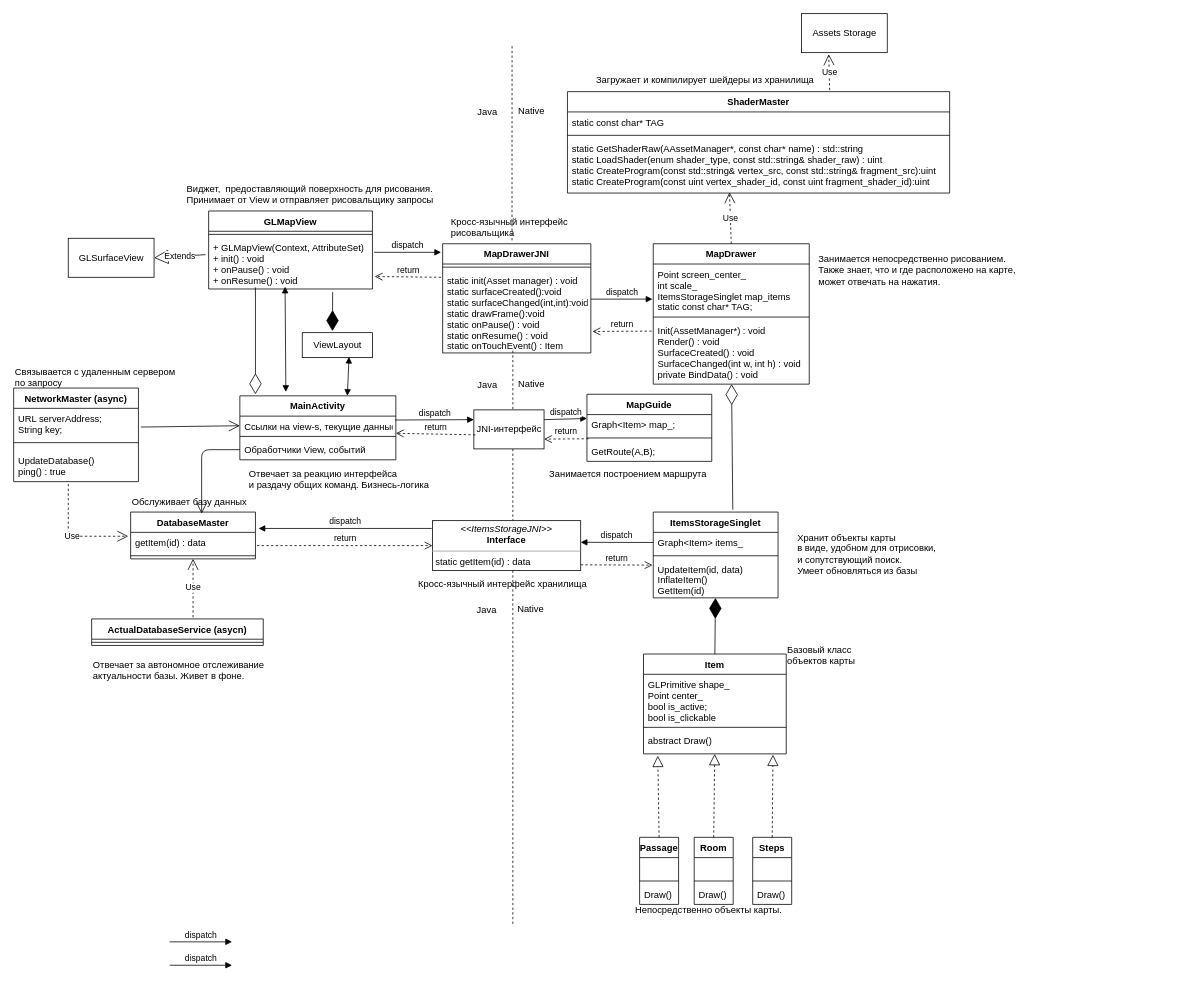
tamerlanchik/FoxCode keeps this draw.io diagram as Android App/Untitled Diagram.drawio. Above is the earlier version. Source tidied: cells renumbered, new cells numbered last; positions are measured from the earlier drawing's top-left corner, leaving out a move shared by most shapes. Both pictures are drawn from the tidied source at 78%, with x=0, y=0 at pixel (13, 13).
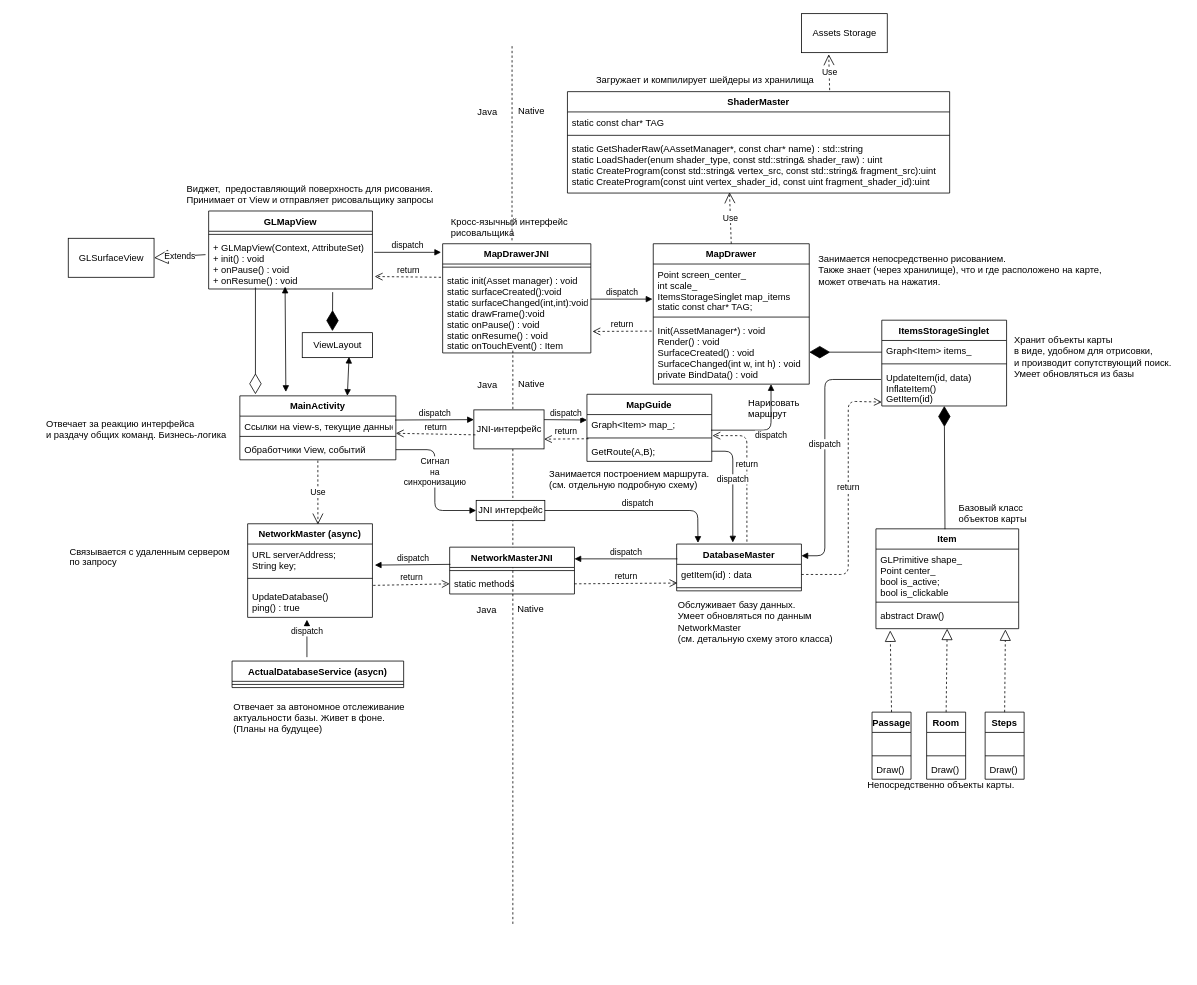
The same page after the edit.

Unchanged cells that the change refers to:
```xml
<mxCell id="3" value="Ссылки на view-s, текущие данные" style="text;strokeColor=none;fillColor=none;align=left;verticalAlign=top;spacingLeft=4;spacingRight=4;overflow=hidden;points=[[0,0.5],[1,0.5]];portConstraint=eastwest;" parent="2" vertex="1">
  <mxGeometry y="26" width="200" height="22" as="geometry" />
</mxCell>
<mxCell id="5" value="Обработчики View, событий" style="text;strokeColor=none;fillColor=none;align=left;verticalAlign=top;spacingLeft=4;spacingRight=4;overflow=hidden;points=[[0,0.5],[1,0.5]];portConstraint=eastwest;" parent="2" vertex="1">
  <mxGeometry y="56" width="200" height="26" as="geometry" />
</mxCell>
<mxCell id="9" value="Init(AssetManager*) : void&#10;Render() : void&#10;SurfaceCreated() : void&#10;SurfaceChanged(int w, int h) : void&#10;private BindData() : void&#10;&#10;" style="text;strokeColor=none;fillColor=none;align=left;verticalAlign=top;spacingLeft=4;spacingRight=4;overflow=hidden;points=[[0,0.5],[1,0.5]];portConstraint=eastwest;" parent="6" vertex="1">
  <mxGeometry y="98" width="200" height="82" as="geometry" />
</mxCell>
<mxCell id="11" value="Graph&lt;Item&gt; items_&#10;&#10;" style="text;strokeColor=none;fillColor=none;align=left;verticalAlign=top;spacingLeft=4;spacingRight=4;overflow=hidden;points=[[0,0.5],[1,0.5]];portConstraint=eastwest;" parent="10" vertex="1">
  <mxGeometry y="26" width="160" height="26" as="geometry" />
</mxCell>
<mxCell id="13" value="UpdateItem(id, data)&#10;InflateItem()&#10;GetItem(id)&#10;" style="text;strokeColor=none;fillColor=none;align=left;verticalAlign=top;spacingLeft=4;spacingRight=4;overflow=hidden;points=[[0,0.5],[1,0.5]];portConstraint=eastwest;" parent="10" vertex="1">
  <mxGeometry y="60" width="160" height="50" as="geometry" />
</mxCell>
<mxCell id="40" value="URL serverAddress;&#10;String key;&#10;" style="text;strokeColor=none;fillColor=none;align=left;verticalAlign=top;spacingLeft=4;spacingRight=4;overflow=hidden;points=[[0,0.5],[1,0.5]];portConstraint=eastwest;" parent="39" vertex="1">
  <mxGeometry y="26" width="160" height="34" as="geometry" />
</mxCell>
<mxCell id="42" value="UpdateDatabase()&#10;ping() : true&#10;" style="text;strokeColor=none;fillColor=none;align=left;verticalAlign=top;spacingLeft=4;spacingRight=4;overflow=hidden;points=[[0,0.5],[1,0.5]];portConstraint=eastwest;" parent="39" vertex="1">
  <mxGeometry y="80" width="160" height="40" as="geometry" />
</mxCell>
<mxCell id="44" value="getItem(id) : data" style="text;strokeColor=none;fillColor=none;align=left;verticalAlign=top;spacingLeft=4;spacingRight=4;overflow=hidden;points=[[0,0.5],[1,0.5]];portConstraint=eastwest;" parent="43" vertex="1">
  <mxGeometry y="26" width="160" height="26" as="geometry" />
</mxCell>
<mxCell id="50" value="Graph&lt;Item&gt; map_;" style="text;strokeColor=none;fillColor=none;align=left;verticalAlign=top;spacingLeft=4;spacingRight=4;overflow=hidden;points=[[0,0.5],[1,0.5]];portConstraint=eastwest;" parent="49" vertex="1">
  <mxGeometry y="26" width="160" height="26" as="geometry" />
</mxCell>
<mxCell id="52" value="GetRoute(A,B);" style="text;strokeColor=none;fillColor=none;align=left;verticalAlign=top;spacingLeft=4;spacingRight=4;overflow=hidden;points=[[0,0.5],[1,0.5]];portConstraint=eastwest;" parent="49" vertex="1">
  <mxGeometry y="60" width="160" height="26" as="geometry" />
</mxCell>
<mxCell id="102" value="JNI-интерфейс" style="html=1;" parent="1" vertex="1">
  <mxGeometry x="590" y="508" width="90" height="50" as="geometry" />
</mxCell>
```

The edit, as a diff of the source:
```diff
@@
     <mxCell id="10" value="ItemsStorageSinglet&#10;&#10;" style="swimlane;fontStyle=1;align=center;verticalAlign=top;horizontal=1;startSize=26;" parent="1" vertex="1">
-      <mxGeometry x="820" y="639" width="160" height="110" as="geometry" />
+      <mxGeometry x="1113" y="393" width="160" height="110" as="geometry" />
     </mxCell>
@@
     <mxCell id="14" value="Item&#10;&#10;" style="swimlane;fontStyle=1;align=center;verticalAlign=top;horizontal=1;startSize=26;" parent="1" vertex="1">
-      <mxGeometry x="807.5" y="821" width="183" height="128" as="geometry" />
+      <mxGeometry x="1105.5" y="660.5" width="183" height="128" as="geometry" />
     </mxCell>
@@
-    <mxCell id="18" style="endArrow=diamondThin;endFill=1;endSize=24;html=1;exitX=0.5;exitY=0;exitDx=0;exitDy=0;" parent="1" edge="1" source="14" target="13">
-      <mxGeometry relative="1" as="geometry" />
+    <mxCell id="18" style="endArrow=diamondThin;endFill=1;endSize=24;html=1;" parent="1" edge="1" target="13">
+      <mxGeometry relative="1" as="geometry">
+        <mxPoint x="1194" y="661" as="sourcePoint" />
+      </mxGeometry>
     </mxCell>
     <mxCell id="19" value="Passage" style="swimlane;fontStyle=1;align=center;verticalAlign=top;horizontal=1;startSize=26;" parent="1" vertex="1">
-      <mxGeometry x="802.5" y="1056" width="50" height="86" as="geometry" />
+      <mxGeometry x="1100.5" y="895.5" width="50" height="86" as="geometry" />
     </mxCell>
@@
     <mxCell id="23" value="Room" style="swimlane;fontStyle=1;align=center;verticalAlign=top;horizontal=1;startSize=26;" parent="1" vertex="1">
-      <mxGeometry x="872.5" y="1056" width="50" height="86" as="geometry" />
+      <mxGeometry x="1170.5" y="895.5" width="50" height="86" as="geometry" />
     </mxCell>
@@
     <mxCell id="27" value="Steps&#10;&#10;" style="swimlane;fontStyle=1;align=center;verticalAlign=top;horizontal=1;startSize=26;" parent="1" vertex="1">
-      <mxGeometry x="947.5" y="1056" width="50" height="86" as="geometry" />
+      <mxGeometry x="1245.5" y="895.5" width="50" height="86" as="geometry" />
     </mxCell>
@@
     <mxCell id="34" value="ActualDatabaseService (asycn)" style="swimlane;fontStyle=1;align=center;verticalAlign=top;horizontal=1;startSize=26;" parent="1" vertex="1">
-      <mxGeometry x="100" y="776" width="220" height="34" as="geometry" />
+      <mxGeometry x="280" y="830" width="220" height="34" as="geometry" />
     </mxCell>
@@
-    <mxCell id="38" style="endArrow=diamondThin;endFill=0;endSize=24;html=1;" parent="1" edge="1" target="9">
-      <mxGeometry relative="1" as="geometry">
-        <mxPoint x="922" y="636" as="sourcePoint" />
-      </mxGeometry>
-    </mxCell>
     <mxCell id="39" value="NetworkMaster (async)&#10;" style="swimlane;fontStyle=1;align=center;verticalAlign=top;horizontal=1;startSize=26;" parent="1" vertex="1">
-      <mxGeometry y="480" width="160" height="120" as="geometry" />
+      <mxGeometry x="300" y="654" width="160" height="120" as="geometry" />
     </mxCell>
@@
     <mxCell id="43" value="DatabaseMaster" style="swimlane;fontStyle=1;align=center;verticalAlign=top;horizontal=1;startSize=26;" parent="1" vertex="1">
-      <mxGeometry x="150" y="639" width="160" height="60" as="geometry" />
+      <mxGeometry x="850" y="680" width="160" height="60" as="geometry" />
     </mxCell>
@@
-    <mxCell id="46" value="Use" style="endArrow=open;endSize=12;dashed=1;html=1;entryX=0.5;entryY=1;entryDx=0;entryDy=0;" parent="1" edge="1" target="43">
-      <mxGeometry relative="1" as="geometry">
-        <mxPoint x="230" y="774" as="sourcePoint" />
-      </mxGeometry>
-    </mxCell>
-    <mxCell id="47" value="Use" style="endArrow=open;endSize=12;dashed=1;html=1;entryX=-0.019;entryY=0.192;entryDx=0;entryDy=0;entryPerimeter=0;exitX=0.438;exitY=1.077;exitDx=0;exitDy=0;exitPerimeter=0;" parent="1" edge="1" source="42" target="44">
-      <mxGeometry relative="1" as="geometry">
-        <Array as="points">
-          <mxPoint x="70" y="670" />
-        </Array>
-      </mxGeometry>
-    </mxCell>
@@
-    <mxCell id="73" value="&lt;p style=&quot;margin: 0px ; margin-top: 4px ; text-align: center&quot;&gt;&lt;i&gt;&amp;lt;&amp;lt;ItemsStorageJNI&amp;gt;&amp;gt;&lt;/i&gt;&lt;br&gt;&lt;b&gt;Interface&lt;/b&gt;&lt;/p&gt;&lt;hr size=&quot;1&quot;&gt;&lt;p style=&quot;margin: 0px ; margin-left: 4px&quot;&gt;&lt;/p&gt;&lt;p style=&quot;margin: 0px ; margin-left: 4px&quot;&gt;static getItem(id) : data&lt;/p&gt;" style="verticalAlign=top;align=left;overflow=fill;fontSize=12;fontFamily=Helvetica;html=1;" parent="1" vertex="1">
-      <mxGeometry x="537" y="650" width="190" height="64" as="geometry" />
-    </mxCell>
@@
-    <mxCell id="76" value="dispatch" style="html=1;verticalAlign=bottom;endArrow=block;entryX=1;entryY=0.434;entryDx=0;entryDy=0;entryPerimeter=0;exitX=0;exitY=0.5;exitDx=0;exitDy=0;" parent="1" edge="1" source="11" target="73">
-      <mxGeometry relative="1" as="geometry" />
-    </mxCell>
-    <mxCell id="77" value="dispatch" style="html=1;verticalAlign=bottom;endArrow=block;entryX=1.025;entryY=-0.192;entryDx=0;entryDy=0;entryPerimeter=0;" parent="1" edge="1" target="44">
-      <mxGeometry relative="1" as="geometry">
-        <mxPoint x="536" y="660" as="sourcePoint" />
-      </mxGeometry>
-    </mxCell>
-    <mxCell id="78" value="return" style="html=1;verticalAlign=bottom;endArrow=open;dashed=1;endSize=8;entryX=0;entryY=0.5;entryDx=0;entryDy=0;" parent="1" edge="1" target="73">
-      <mxGeometry relative="1" as="geometry">
-        <mxPoint x="312" y="682" as="sourcePoint" />
-      </mxGeometry>
-    </mxCell>
-    <mxCell id="79" value="return" style="html=1;verticalAlign=bottom;endArrow=open;dashed=1;endSize=8;entryX=-0.006;entryY=0.16;entryDx=0;entryDy=0;entryPerimeter=0;exitX=1;exitY=0.885;exitDx=0;exitDy=0;exitPerimeter=0;" parent="1" edge="1" source="73" target="13">
-      <mxGeometry relative="1" as="geometry" />
-    </mxCell>
@@
     <mxCell id="84" value="Отвечает за реакцию интерфейса&lt;br&gt;и раздачу общих команд. Бизнесь-логика&lt;br&gt;" style="text;html=1;align=left;verticalAlign=top;spacingTop=-4;" parent="1" vertex="1">
-      <mxGeometry x="300" y="581" width="250" height="30" as="geometry" />
+      <mxGeometry x="40" y="516" width="250" height="30" as="geometry" />
     </mxCell>
@@
-    <mxCell id="86" value="Занимается непосредственно рисованием.&lt;br&gt;Также знает, что и где расположено на карте,&lt;br&gt;может отвечать на нажатия.&lt;br&gt;" style="text;html=1;align=left;verticalAlign=top;spacingTop=-4;" parent="1" vertex="1">
-      <mxGeometry x="1030" y="305" width="270" height="40" as="geometry" />
+    <mxCell id="86" value="Занимается непосредственно рисованием.&lt;br&gt;Также знает (через хранилище), что и где расположено на карте,&lt;br&gt;может отвечать на нажатия.&lt;br&gt;" style="text;html=1;align=left;verticalAlign=top;spacingTop=-4;" parent="1" vertex="1">
+      <mxGeometry x="1030" y="305" width="380" height="40" as="geometry" />
     </mxCell>
@@
-    <mxCell id="88" value="Хранит объекты карты&lt;br&gt;в виде, удобном для отрисовки,&lt;br&gt;и сопутствующий поиск.&lt;br&gt;Умеет обновляться из базы&lt;br&gt;" style="text;html=1;align=left;verticalAlign=top;spacingTop=-4;" parent="1" vertex="1">
-      <mxGeometry x="1003" y="662" width="190" height="60" as="geometry" />
+    <mxCell id="88" value="Хранит объекты карты&lt;br&gt;в виде, удобном для отрисовки,&lt;br&gt;и производит сопутствующий поиск.&lt;br&gt;Умеет обновляться из базы&lt;br&gt;" style="text;html=1;align=left;verticalAlign=top;spacingTop=-4;" parent="1" vertex="1">
+      <mxGeometry x="1281" y="409" width="220" height="60" as="geometry" />
     </mxCell>
     <mxCell id="89" value="Связывается с удаленным сервером&lt;br&gt;по запросу&lt;br&gt;" style="text;html=1;align=left;verticalAlign=top;spacingTop=-4;" parent="1" vertex="1">
-      <mxGeometry y="449.5" width="220" height="30" as="geometry" />
+      <mxGeometry x="70" y="680" width="220" height="30" as="geometry" />
     </mxCell>
-    <mxCell id="90" value="Отвечает за автономное отслеживание&lt;br&gt;актуальности базы. Живет в фоне.&lt;br&gt;" style="text;html=1;align=left;verticalAlign=top;spacingTop=-4;" parent="1" vertex="1">
-      <mxGeometry x="100" y="825" width="240" height="30" as="geometry" />
+    <mxCell id="90" value="Отвечает за автономное отслеживание&lt;br&gt;актуальности базы. Живет в фоне.&lt;br&gt;(Планы на будущее)&lt;br&gt;" style="text;html=1;align=left;verticalAlign=top;spacingTop=-4;" parent="1" vertex="1">
+      <mxGeometry x="280" y="879" width="240" height="40" as="geometry" />
     </mxCell>
-    <mxCell id="91" value="Обслуживает базу данных" style="text;html=1;align=left;verticalAlign=top;spacingTop=-4;" parent="1" vertex="1">
-      <mxGeometry x="150" y="616.5" width="160" height="20" as="geometry" />
+    <mxCell id="91" value="Обслуживает базу данных.&amp;nbsp;&lt;br&gt;Умеет обновляться по данным&lt;br&gt;NetworkMaster&lt;br&gt;(см. детальную схему этого класса)&lt;br&gt;" style="text;html=1;align=left;verticalAlign=top;spacingTop=-4;" parent="1" vertex="1">
+      <mxGeometry x="850" y="748.5" width="210" height="60" as="geometry" />
     </mxCell>
     <mxCell id="92" value="Базовый класс&lt;br&gt;объектов карты&lt;br&gt;" style="text;html=1;align=left;verticalAlign=top;spacingTop=-4;" parent="1" vertex="1">
-      <mxGeometry x="990" y="806" width="100" height="30" as="geometry" />
+      <mxGeometry x="1210" y="624" width="100" height="30" as="geometry" />
     </mxCell>
     <mxCell id="93" value="Непосредственно объекты карты." style="text;html=1;align=left;verticalAlign=top;spacingTop=-4;" parent="1" vertex="1">
-      <mxGeometry x="795" y="1139" width="200" height="20" as="geometry" />
+      <mxGeometry x="1093" y="978.5" width="200" height="20" as="geometry" />
     </mxCell>
-    <mxCell id="94" value="Кросс-язычный интерфейс хранилища" style="text;html=1;align=left;verticalAlign=top;spacingTop=-4;" parent="1" vertex="1">
-      <mxGeometry x="517" y="722" width="230" height="20" as="geometry" />
-    </mxCell>
-    <mxCell id="95" style="endArrow=open;endFill=1;endSize=12;html=1;entryX=0.569;entryY=0.033;entryDx=0;entryDy=0;entryPerimeter=0;exitX=0;exitY=0.5;exitDx=0;exitDy=0;" parent="1" edge="1" source="5" target="43">
-      <mxGeometry relative="1" as="geometry">
-        <Array as="points">
-          <mxPoint x="241" y="559" />
-        </Array>
-      </mxGeometry>
-    </mxCell>
-    <mxCell id="96" style="endArrow=open;endFill=1;endSize=12;html=1;exitX=1.019;exitY=0.706;exitDx=0;exitDy=0;exitPerimeter=0;" parent="1" edge="1" source="40" target="3">
-      <mxGeometry relative="1" as="geometry" />
-    </mxCell>
-    <mxCell id="97" value="Занимается построением маршрута" style="text;html=1;align=left;verticalAlign=top;spacingTop=-4;" parent="1" vertex="1">
-      <mxGeometry x="685" y="581" width="220" height="20" as="geometry" />
+    <mxCell id="97" value="Занимается построением маршрута.&lt;br&gt;(см. отдельную подробную схему)&lt;br&gt;" style="text;html=1;align=left;verticalAlign=top;spacingTop=-4;" parent="1" vertex="1">
+      <mxGeometry x="685" y="581" width="220" height="30" as="geometry" />
     </mxCell>
@@
-    <mxCell id="105" value="dispatch" style="html=1;verticalAlign=bottom;endArrow=block;" parent="1" edge="1">
-      <mxGeometry relative="1" as="geometry">
-        <mxPoint x="200" y="1190" as="sourcePoint" />
-        <mxPoint x="280" y="1190" as="targetPoint" />
-      </mxGeometry>
-    </mxCell>
-    <mxCell id="106" value="dispatch" style="html=1;verticalAlign=bottom;endArrow=block;" parent="1" edge="1">
-      <mxGeometry relative="1" as="geometry">
-        <mxPoint x="200" y="1220" as="sourcePoint" />
-        <mxPoint x="280" y="1220" as="targetPoint" />
-      </mxGeometry>
-    </mxCell>
@@
-    <mxCell id="108" value="dispatch" style="html=1;verticalAlign=bottom;endArrow=block;exitX=1;exitY=0.25;exitDx=0;exitDy=0;" parent="1" edge="1" source="102">
-      <mxGeometry relative="1" as="geometry">
-        <mxPoint x="735" y="519" as="targetPoint" />
-      </mxGeometry>
+    <mxCell id="108" value="dispatch" style="html=1;verticalAlign=bottom;endArrow=block;exitX=1;exitY=0.25;exitDx=0;exitDy=0;entryX=0;entryY=0.269;entryDx=0;entryDy=0;entryPerimeter=0;" parent="1" edge="1" source="102" target="50">
+      <mxGeometry relative="1" as="geometry" />
     </mxCell>
+    <mxCell id="109" value="dispatch" style="html=1;verticalAlign=bottom;endArrow=block;exitX=0.994;exitY=0.769;exitDx=0;exitDy=0;exitPerimeter=0;entryX=0.755;entryY=1;entryDx=0;entryDy=0;entryPerimeter=0;" parent="1" edge="1" source="50" target="9">
+      <mxGeometry x="0.13" y="-16" relative="1" as="geometry">
+        <Array as="points">
+          <mxPoint x="971" y="534" />
+        </Array>
+        <mxPoint x="-16" y="16" as="offset" />
+      </mxGeometry>
+    </mxCell>
+    <mxCell id="110" value="return" style="html=1;verticalAlign=bottom;endArrow=open;dashed=1;endSize=8;exitX=1;exitY=0.5;exitDx=0;exitDy=0;entryX=0;entryY=0.9;entryDx=0;entryDy=0;entryPerimeter=0;" parent="1" edge="1" source="44" target="13">
+      <mxGeometry relative="1" as="geometry">
+        <Array as="points">
+          <mxPoint x="1070" y="719" />
+          <mxPoint x="1070" y="497" />
+        </Array>
+      </mxGeometry>
+    </mxCell>
+    <mxCell id="111" value="return" style="html=1;verticalAlign=bottom;endArrow=open;dashed=1;endSize=8;exitX=0.563;exitY=-0.05;exitDx=0;exitDy=0;exitPerimeter=0;entryX=1.006;entryY=1.038;entryDx=0;entryDy=0;entryPerimeter=0;" parent="1" edge="1" source="43" target="50">
+      <mxGeometry relative="1" as="geometry">
+        <Array as="points">
+          <mxPoint x="940" y="541" />
+        </Array>
+      </mxGeometry>
+    </mxCell>
+    <mxCell id="112" value="dispatch" style="html=1;verticalAlign=bottom;endArrow=block;entryX=0.45;entryY=-0.033;entryDx=0;entryDy=0;exitX=1;exitY=0.5;exitDx=0;exitDy=0;entryPerimeter=0;" parent="1" edge="1" source="52" target="43">
+      <mxGeometry relative="1" as="geometry">
+        <Array as="points">
+          <mxPoint x="922" y="561" />
+        </Array>
+      </mxGeometry>
+    </mxCell>
+    <mxCell id="113" value="dispatch" style="html=1;verticalAlign=bottom;endArrow=block;exitX=-0.006;exitY=0.32;exitDx=0;exitDy=0;exitPerimeter=0;entryX=1;entryY=0.25;entryDx=0;entryDy=0;" parent="1" edge="1" source="13" target="43">
+      <mxGeometry relative="1" as="geometry">
+        <Array as="points">
+          <mxPoint x="1040" y="469" />
+          <mxPoint x="1040" y="695" />
+        </Array>
+      </mxGeometry>
+    </mxCell>
+    <mxCell id="114" value="NetworkMasterJNI" style="swimlane;fontStyle=1;align=center;verticalAlign=top;horizontal=1;startSize=26;" parent="1" vertex="1">
+      <mxGeometry x="559" y="684" width="160" height="60" as="geometry" />
+    </mxCell>
+    <mxCell id="115" style="line;strokeWidth=1;fillColor=none;align=left;verticalAlign=middle;spacingTop=-1;spacingLeft=3;spacingRight=3;labelPosition=right;" parent="114" vertex="1">
+      <mxGeometry y="26" width="160" height="8" as="geometry" />
+    </mxCell>
+    <mxCell id="116" value="static methods" style="text;strokeColor=none;fillColor=none;align=left;verticalAlign=top;spacingLeft=4;spacingRight=4;overflow=hidden;points=[[0,0.5],[1,0.5]];portConstraint=eastwest;" parent="114" vertex="1">
+      <mxGeometry y="34" width="160" height="26" as="geometry" />
+    </mxCell>
+    <mxCell id="117" value="dispatch" style="html=1;verticalAlign=bottom;endArrow=block;" parent="1" edge="1">
+      <mxGeometry relative="1" as="geometry">
+        <mxPoint x="851" y="699" as="sourcePoint" />
+        <mxPoint x="719" y="699" as="targetPoint" />
+      </mxGeometry>
+    </mxCell>
+    <mxCell id="118" value="dispatch" style="html=1;verticalAlign=bottom;endArrow=block;entryX=1.019;entryY=0.794;entryDx=0;entryDy=0;entryPerimeter=0;exitX=0.006;exitY=0.367;exitDx=0;exitDy=0;exitPerimeter=0;" parent="1" edge="1" source="114" target="40">
+      <mxGeometry relative="1" as="geometry" />
+    </mxCell>
+    <mxCell id="119" value="return" style="html=1;verticalAlign=bottom;endArrow=open;dashed=1;endSize=8;exitX=1.006;exitY=-0.025;exitDx=0;exitDy=0;exitPerimeter=0;entryX=0;entryY=0.5;entryDx=0;entryDy=0;" parent="1" edge="1" source="42" target="116">
+      <mxGeometry relative="1" as="geometry" />
+    </mxCell>
+    <mxCell id="120" value="return" style="html=1;verticalAlign=bottom;endArrow=open;dashed=1;endSize=8;exitX=1;exitY=0.5;exitDx=0;exitDy=0;entryX=0.006;entryY=0.923;entryDx=0;entryDy=0;entryPerimeter=0;" parent="1" edge="1" source="116" target="44">
+      <mxGeometry relative="1" as="geometry" />
+    </mxCell>
+    <mxCell id="121" value="dispatch" style="html=1;verticalAlign=bottom;endArrow=block;entryX=0.475;entryY=1.075;entryDx=0;entryDy=0;entryPerimeter=0;" parent="1" edge="1" target="42">
+      <mxGeometry relative="1" as="geometry">
+        <mxPoint x="376" y="825" as="sourcePoint" />
+      </mxGeometry>
+    </mxCell>
+    <mxCell id="122" value="Use" style="endArrow=open;endSize=12;dashed=1;html=1;entryX=0.563;entryY=0.008;entryDx=0;entryDy=0;entryPerimeter=0;exitX=0.5;exitY=1.038;exitDx=0;exitDy=0;exitPerimeter=0;" parent="1" edge="1" source="5" target="39">
+      <mxGeometry relative="1" as="geometry" />
+    </mxCell>
+    <mxCell id="123" value="Нарисовать&lt;br&gt;маршрут" style="text;html=1;align=left;verticalAlign=top;spacingTop=-4;" parent="1" vertex="1">
+      <mxGeometry x="940" y="490" width="80" height="30" as="geometry" />
+    </mxCell>
+    <mxCell id="124" value="JNI интерфейс" style="html=1;" parent="1" vertex="1">
+      <mxGeometry x="593" y="624" width="88" height="26" as="geometry" />
+    </mxCell>
+    <mxCell id="125" value="dispatch" style="html=1;verticalAlign=bottom;endArrow=block;exitX=1;exitY=0.5;exitDx=0;exitDy=0;entryX=0.171;entryY=-0.025;entryDx=0;entryDy=0;entryPerimeter=0;" parent="1" edge="1" source="124" target="43">
+      <mxGeometry relative="1" as="geometry">
+        <Array as="points">
+          <mxPoint x="877" y="637" />
+        </Array>
+      </mxGeometry>
+    </mxCell>
+    <mxCell id="126" value="Сигнал&lt;br&gt;на&lt;br&gt;синхронизацию&lt;br&gt;" style="html=1;verticalAlign=bottom;endArrow=block;exitX=1;exitY=0.5;exitDx=0;exitDy=0;entryX=0;entryY=0.5;entryDx=0;entryDy=0;" parent="1" edge="1" source="5" target="124">
+      <mxGeometry x="0.12" relative="1" as="geometry">
+        <Array as="points">
+          <mxPoint x="540" y="559" />
+          <mxPoint x="540" y="637" />
+        </Array>
+      </mxGeometry>
+    </mxCell>
+    <mxCell id="127" style="endArrow=diamondThin;endFill=1;endSize=24;html=1;entryX=1;entryY=0.5;entryDx=0;entryDy=0;" parent="1" edge="1" target="9">
+      <mxGeometry relative="1" as="geometry">
+        <mxPoint x="1113" y="434" as="sourcePoint" />
+      </mxGeometry>
+    </mxCell>
```
